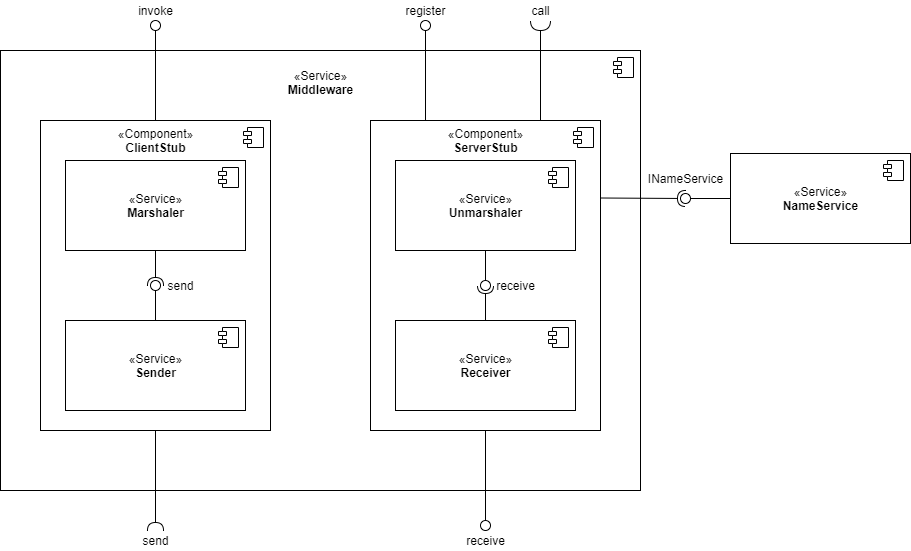
The draw.io diagram Doku/images/Middleware_Ebene1.png in KjellooMelloo/gameoftrons, before a commit. Source tidied: cells renumbered, new cells last; positions are measured from the earlier drawing's top-left corner, leaving out a move shared by most shapes.
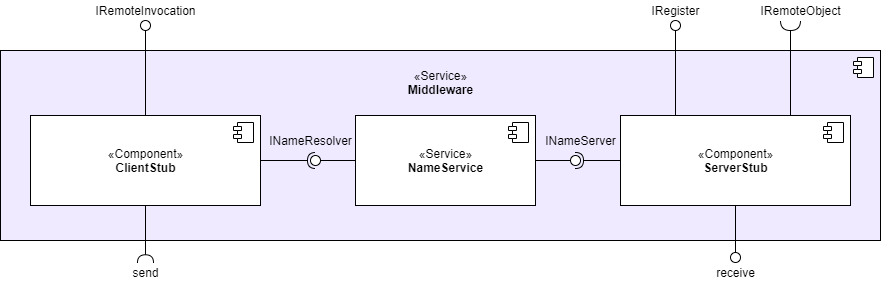
The same file after the commit.

Commit message:
small adjustment fachl. trontext, MW Ebene 1+2

Change to the diagram source:
```diff
@@ -2,154 +2,110 @@
   <root>
     <mxCell id="0" />
     <mxCell id="1" parent="0" />
-    <mxCell id="2" value="&lt;p style=&quot;line-height: 120%&quot;&gt;«Service»&lt;br&gt;&lt;b&gt;Middleware&lt;/b&gt;&lt;/p&gt;" style="html=1;verticalAlign=top;" parent="1" vertex="1">
-      <mxGeometry y="50" width="640" height="440" as="geometry" />
+    <mxCell id="2" value="&lt;p style=&quot;line-height: 120%&quot;&gt;«Service»&lt;br&gt;&lt;b&gt;Middleware&lt;/b&gt;&lt;/p&gt;" style="html=1;verticalAlign=top;fillColor=#EFEAFF;" parent="1" vertex="1">
+      <mxGeometry x="-121" y="58" width="880" height="190" as="geometry" />
     </mxCell>
     <mxCell id="3" style="shape=component;jettyWidth=8;jettyHeight=4;" parent="2" vertex="1">
       <mxGeometry x="1" width="20" height="20" relative="1" as="geometry">
         <mxPoint x="-27" y="7" as="offset" />
       </mxGeometry>
     </mxCell>
-    <mxCell id="4" value="«Component»&lt;br&gt;&lt;b&gt;ServerStub&lt;/b&gt;" style="html=1;strokeWidth=1;fontSize=12;verticalAlign=top;" parent="1" vertex="1">
-      <mxGeometry x="370" y="120" width="230" height="310" as="geometry" />
+    <mxCell id="4" value="«Component»&lt;br&gt;&lt;b&gt;ServerStub&lt;/b&gt;" style="html=1;strokeWidth=1;fontSize=12;verticalAlign=middle;" parent="1" vertex="1">
+      <mxGeometry x="499" y="123" width="230" height="90" as="geometry" />
     </mxCell>
     <mxCell id="5" style="shape=component;jettyWidth=8;jettyHeight=4;" parent="4" vertex="1">
       <mxGeometry x="1" width="20" height="20" relative="1" as="geometry">
         <mxPoint x="-27" y="7" as="offset" />
       </mxGeometry>
     </mxCell>
-    <mxCell id="6" value="«Component»&lt;br&gt;&lt;b&gt;ClientStub&lt;/b&gt;" style="html=1;strokeWidth=1;fontSize=12;verticalAlign=top;" parent="1" vertex="1">
-      <mxGeometry x="40" y="120" width="230" height="310" as="geometry" />
+    <mxCell id="6" value="«Component»&lt;br&gt;&lt;b&gt;ClientStub&lt;/b&gt;" style="html=1;strokeWidth=1;fontSize=12;verticalAlign=middle;" parent="1" vertex="1">
+      <mxGeometry x="-91" y="123" width="230" height="90" as="geometry" />
     </mxCell>
     <mxCell id="7" style="shape=component;jettyWidth=8;jettyHeight=4;" parent="6" vertex="1">
       <mxGeometry x="1" width="20" height="20" relative="1" as="geometry">
         <mxPoint x="-27" y="7" as="offset" />
       </mxGeometry>
     </mxCell>
-    <mxCell id="8" value="«Service»&lt;br&gt;&lt;b&gt;Marshaler&lt;/b&gt;" style="html=1;" parent="1" vertex="1">
-      <mxGeometry x="65" y="160" width="180" height="90" as="geometry" />
+    <mxCell id="8" style="ellipse;whiteSpace=wrap;html=1;fontFamily=Helvetica;fontSize=12;fontColor=#000000;align=center;strokeColor=#000000;fillColor=#ffffff;points=[];spacing=2;strokeWidth=1;" parent="1" vertex="1">
+      <mxGeometry x="19" y="28" width="10" height="10" as="geometry" />
     </mxCell>
-    <mxCell id="9" style="shape=component;jettyWidth=8;jettyHeight=4;" parent="8" vertex="1">
-      <mxGeometry x="1" width="20" height="20" relative="1" as="geometry">
-        <mxPoint x="-27" y="7" as="offset" />
-      </mxGeometry>
+    <mxCell id="9" style="rounded=0;jettySize=auto;html=1;endArrow=none;endFill=0;exitX=0.5;exitY=0;exitDx=0;exitDy=0;entryX=0.5;entryY=1;entryDx=0;entryDy=0;entryPerimeter=0;" parent="1" edge="1" source="6" target="8">
+      <mxGeometry relative="1" as="geometry" />
     </mxCell>
-    <mxCell id="10" value="«Service»&lt;br&gt;&lt;b&gt;Unmarshaler&lt;/b&gt;" style="html=1;" parent="1" vertex="1">
-      <mxGeometry x="395" y="160" width="180" height="90" as="geometry" />
+    <mxCell id="10" value="IRemoteInvocation" style="text;html=1;align=center;verticalAlign=middle;points=[];fontSize=12;" parent="1" vertex="1">
+      <mxGeometry x="-36" y="8" width="120" height="20" as="geometry" />
     </mxCell>
-    <mxCell id="11" style="shape=component;jettyWidth=8;jettyHeight=4;" parent="10" vertex="1">
-      <mxGeometry x="1" width="20" height="20" relative="1" as="geometry">
-        <mxPoint x="-27" y="7" as="offset" />
+    <mxCell id="11" style="rounded=0;jettySize=auto;html=1;endArrow=halfCircle;endFill=0;endSize=6;strokeWidth=1;fontSize=12;exitX=0.5;exitY=1;exitDx=0;exitDy=0;" parent="1" edge="1" source="6">
+      <mxGeometry relative="1" as="geometry">
+        <mxPoint x="24" y="270.3" as="targetPoint" />
       </mxGeometry>
     </mxCell>
-    <mxCell id="12" value="«Service»&lt;br&gt;&lt;b&gt;Sender&lt;/b&gt;" style="html=1;" parent="1" vertex="1">
-      <mxGeometry x="65" y="320" width="180" height="90" as="geometry" />
+    <mxCell id="12" value="send" style="text;html=1;align=center;verticalAlign=middle;points=[];fontSize=12;" parent="1" vertex="1">
+      <mxGeometry x="4" y="270" width="40" height="20" as="geometry" />
     </mxCell>
-    <mxCell id="13" style="shape=component;jettyWidth=8;jettyHeight=4;" parent="12" vertex="1">
-      <mxGeometry x="1" width="20" height="20" relative="1" as="geometry">
-        <mxPoint x="-27" y="7" as="offset" />
-      </mxGeometry>
+    <mxCell id="13" value="IRegister" style="text;html=1;align=center;verticalAlign=middle;fontSize=12;" parent="1" vertex="1">
+      <mxGeometry x="524" y="8" width="60" height="20" as="geometry" />
     </mxCell>
-    <mxCell id="14" value="«Service»&lt;br&gt;&lt;b&gt;Receiver&lt;/b&gt;" style="html=1;" parent="1" vertex="1">
-      <mxGeometry x="395" y="320" width="180" height="90" as="geometry" />
+    <mxCell id="14" style="rounded=0;jettySize=auto;html=1;endArrow=none;endFill=0;entryX=0.5;entryY=1;entryDx=0;entryDy=0;entryPerimeter=0;" parent="1" edge="1" target="15">
+      <mxGeometry relative="1" as="geometry">
+        <mxPoint x="554" y="123" as="sourcePoint" />
+      </mxGeometry>
     </mxCell>
-    <mxCell id="15" style="shape=component;jettyWidth=8;jettyHeight=4;" parent="14" vertex="1">
-      <mxGeometry x="1" width="20" height="20" relative="1" as="geometry">
-        <mxPoint x="-27" y="7" as="offset" />
-      </mxGeometry>
+    <mxCell id="15" style="ellipse;whiteSpace=wrap;html=1;fontFamily=Helvetica;fontSize=12;fontColor=#000000;align=center;strokeColor=#000000;fillColor=#ffffff;points=[];spacing=2;strokeWidth=1;" parent="1" vertex="1">
+      <mxGeometry x="549" y="28" width="10" height="10" as="geometry" />
     </mxCell>
-    <mxCell id="16" style="ellipse;whiteSpace=wrap;html=1;fontFamily=Helvetica;fontSize=12;fontColor=#000000;align=center;strokeColor=#000000;fillColor=#ffffff;points=[];spacing=2;strokeWidth=1;" parent="1" vertex="1">
-      <mxGeometry x="150" y="20" width="10" height="10" as="geometry" />
+    <mxCell id="16" value="IRemoteObject" style="text;html=1;align=center;verticalAlign=middle;points=[];fontSize=12;" parent="1" vertex="1">
+      <mxGeometry x="629" y="8" width="100" height="20" as="geometry" />
     </mxCell>
-    <mxCell id="17" style="rounded=0;jettySize=auto;html=1;endArrow=none;endFill=0;exitX=0.5;exitY=0;exitDx=0;exitDy=0;entryX=0.5;entryY=1;entryDx=0;entryDy=0;entryPerimeter=0;" parent="1" edge="1" source="6" target="16">
-      <mxGeometry relative="1" as="geometry" />
+    <mxCell id="17" style="rounded=0;orthogonalLoop=1;jettySize=auto;html=1;endArrow=none;endFill=0;exitX=0.5;exitY=0;exitDx=0;exitDy=0;entryX=0.5;entryY=1;entryDx=0;entryDy=0;entryPerimeter=0;" parent="1" edge="1">
+      <mxGeometry relative="1" as="geometry">
+        <mxPoint x="669" y="123" as="sourcePoint" />
+        <mxPoint x="669" y="38" as="targetPoint" />
+      </mxGeometry>
     </mxCell>
-    <mxCell id="18" value="invoke" style="text;html=1;align=center;verticalAlign=middle;fontSize=12;" parent="1" vertex="1">
-      <mxGeometry x="130" width="50" height="20" as="geometry" />
+    <mxCell id="18" style="shape=requiredInterface;html=1;verticalLabelPosition=bottom;strokeWidth=1;fontSize=12;rotation=90;" parent="1" vertex="1">
+      <mxGeometry x="664" y="23" width="10" height="20" as="geometry" />
     </mxCell>
-    <mxCell id="19" style="rounded=0;jettySize=auto;html=1;endArrow=none;endFill=0;fontSize=12;exitX=0.5;exitY=0;exitDx=0;exitDy=0;" parent="1" edge="1" source="12" target="21">
-      <mxGeometry relative="1" as="geometry" />
+    <mxCell id="19" value="receive" style="text;html=1;align=center;verticalAlign=middle;fontSize=12;" parent="1" vertex="1">
+      <mxGeometry x="589" y="270" width="50" height="20" as="geometry" />
     </mxCell>
-    <mxCell id="20" style="rounded=0;jettySize=auto;html=1;endArrow=halfCircle;endFill=0;entryX=0.5;entryY=0.5;entryDx=0;entryDy=0;endSize=6;strokeWidth=1;fontSize=12;exitX=0.5;exitY=1;exitDx=0;exitDy=0;" parent="1" edge="1" source="8" target="21">
+    <mxCell id="20" style="rounded=0;jettySize=auto;html=1;endArrow=none;endFill=0;fontSize=12;exitX=0.5;exitY=1;exitDx=0;exitDy=0;" parent="1" edge="1" source="4" target="21">
       <mxGeometry relative="1" as="geometry" />
     </mxCell>
     <mxCell id="21" style="ellipse;whiteSpace=wrap;html=1;fontFamily=Helvetica;fontSize=12;fontColor=#000000;align=center;strokeColor=#000000;fillColor=#ffffff;points=[];" parent="1" vertex="1">
-      <mxGeometry x="150" y="280" width="10" height="10" as="geometry" />
+      <mxGeometry x="609" y="260" width="10" height="10" as="geometry" />
     </mxCell>
-    <mxCell id="22" value="send" style="text;html=1;align=center;verticalAlign=middle;points=[];fontSize=12;" parent="1" vertex="1">
-      <mxGeometry x="160" y="275" width="40" height="20" as="geometry" />
+    <mxCell id="22" value="«Service»&lt;br&gt;&lt;b&gt;NameService&lt;/b&gt;" style="html=1;" parent="1" vertex="1">
+      <mxGeometry x="234" y="123" width="180" height="90" as="geometry" />
     </mxCell>
-    <mxCell id="23" style="rounded=0;jettySize=auto;html=1;endArrow=none;endFill=0;fontSize=12;exitX=0.5;exitY=1;exitDx=0;exitDy=0;" parent="1" edge="1" source="10" target="25">
-      <mxGeometry relative="1" as="geometry" />
+    <mxCell id="23" style="shape=component;jettyWidth=8;jettyHeight=4;" parent="22" vertex="1">
+      <mxGeometry x="1" width="20" height="20" relative="1" as="geometry">
+        <mxPoint x="-27" y="7" as="offset" />
+      </mxGeometry>
     </mxCell>
-    <mxCell id="24" style="rounded=0;jettySize=auto;html=1;endArrow=halfCircle;endFill=0;entryX=0.5;entryY=0.5;entryDx=0;entryDy=0;endSize=6;strokeWidth=1;fontSize=12;exitX=0.5;exitY=0;exitDx=0;exitDy=0;" parent="1" edge="1" source="14" target="25">
+    <mxCell id="24" style="rounded=0;jettySize=auto;html=1;endArrow=none;endFill=0;fontSize=20;exitX=0;exitY=0.5;exitDx=0;exitDy=0;strokeColor=#000000;" parent="1" edge="1" source="22" target="26">
       <mxGeometry relative="1" as="geometry" />
     </mxCell>
-    <mxCell id="25" style="ellipse;whiteSpace=wrap;html=1;fontFamily=Helvetica;fontSize=12;fontColor=#000000;align=center;strokeColor=#000000;fillColor=#ffffff;points=[];" parent="1" vertex="1">
-      <mxGeometry x="480" y="280" width="10" height="10" as="geometry" />
+    <mxCell id="25" style="rounded=0;jettySize=auto;html=1;endArrow=halfCircle;endFill=0;entryX=0.5;entryY=0.5;entryDx=0;entryDy=0;endSize=6;strokeWidth=1;fontSize=20;exitX=1;exitY=0.5;exitDx=0;exitDy=0;" parent="1" edge="1" source="6" target="26">
+      <mxGeometry relative="1" as="geometry" />
     </mxCell>
-    <mxCell id="26" value="receive" style="text;html=1;align=center;verticalAlign=middle;points=[];fontSize=12;" parent="1" vertex="1">
-      <mxGeometry x="490" y="275" width="50" height="20" as="geometry" />
+    <mxCell id="26" style="ellipse;whiteSpace=wrap;html=1;fontFamily=Helvetica;fontSize=12;fontColor=#000000;align=center;strokeColor=#000000;fillColor=#ffffff;points=[];" parent="1" vertex="1">
+      <mxGeometry x="189" y="163" width="10" height="10" as="geometry" />
     </mxCell>
-    <mxCell id="27" style="rounded=0;jettySize=auto;html=1;endArrow=halfCircle;endFill=0;endSize=6;strokeWidth=1;fontSize=12;exitX=0.5;exitY=1;exitDx=0;exitDy=0;" parent="1" edge="1" source="6">
-      <mxGeometry relative="1" as="geometry">
-        <mxPoint x="155" y="530" as="targetPoint" />
-      </mxGeometry>
+    <mxCell id="27" value="&lt;font style=&quot;font-size: 12px&quot;&gt;INameResolver&lt;/font&gt;" style="text;html=1;align=center;verticalAlign=middle;fontSize=20;" parent="1" vertex="1">
+      <mxGeometry x="139" y="130" width="100" height="30" as="geometry" />
     </mxCell>
-    <mxCell id="28" value="send" style="text;html=1;align=center;verticalAlign=middle;fontSize=12;" parent="1" vertex="1">
-      <mxGeometry x="135" y="530" width="40" height="20" as="geometry" />
+    <mxCell id="28" style="rounded=0;jettySize=auto;html=1;endArrow=none;endFill=0;fontSize=20;exitX=1;exitY=0.5;exitDx=0;exitDy=0;strokeColor=#000000;" parent="1" edge="1" source="22" target="30">
+      <mxGeometry relative="1" as="geometry" />
     </mxCell>
-    <mxCell id="29" value="register" style="text;html=1;align=center;verticalAlign=middle;fontSize=12;" parent="1" vertex="1">
-      <mxGeometry x="395" width="60" height="20" as="geometry" />
+    <mxCell id="29" style="rounded=0;jettySize=auto;html=1;endArrow=halfCircle;endFill=0;entryX=0.5;entryY=0.5;entryDx=0;entryDy=0;endSize=6;strokeWidth=1;fontSize=20;exitX=0;exitY=0.5;exitDx=0;exitDy=0;" parent="1" edge="1" source="4" target="30">
+      <mxGeometry relative="1" as="geometry" />
     </mxCell>
-    <mxCell id="30" style="rounded=0;jettySize=auto;html=1;endArrow=none;endFill=0;exitX=0.5;exitY=0;exitDx=0;exitDy=0;entryX=0.5;entryY=1;entryDx=0;entryDy=0;entryPerimeter=0;" parent="1" edge="1" target="31">
-      <mxGeometry relative="1" as="geometry">
-        <mxPoint x="425" y="120" as="sourcePoint" />
-      </mxGeometry>
+    <mxCell id="30" style="ellipse;whiteSpace=wrap;html=1;fontFamily=Helvetica;fontSize=12;fontColor=#000000;align=center;strokeColor=#000000;fillColor=#ffffff;points=[];" parent="1" vertex="1">
+      <mxGeometry x="449" y="163" width="10" height="10" as="geometry" />
     </mxCell>
-    <mxCell id="31" style="ellipse;whiteSpace=wrap;html=1;fontFamily=Helvetica;fontSize=12;fontColor=#000000;align=center;strokeColor=#000000;fillColor=#ffffff;points=[];spacing=2;strokeWidth=1;" parent="1" vertex="1">
-      <mxGeometry x="420" y="20" width="10" height="10" as="geometry" />
+    <mxCell id="31" value="&lt;font style=&quot;font-size: 12px&quot;&gt;INameServer&lt;/font&gt;" style="text;html=1;align=center;verticalAlign=middle;points=[];fontSize=20;" parent="1" vertex="1">
+      <mxGeometry x="414" y="130" width="90" height="30" as="geometry" />
     </mxCell>
-    <mxCell id="32" value="call" style="text;html=1;align=center;verticalAlign=middle;fontSize=12;" parent="1" vertex="1">
-      <mxGeometry x="525" width="30" height="20" as="geometry" />
-    </mxCell>
-    <mxCell id="33" style="rounded=0;orthogonalLoop=1;jettySize=auto;html=1;endArrow=none;endFill=0;exitX=0.5;exitY=0;exitDx=0;exitDy=0;entryX=0.5;entryY=1;entryDx=0;entryDy=0;entryPerimeter=0;" parent="1" edge="1">
-      <mxGeometry relative="1" as="geometry">
-        <mxPoint x="540" y="120" as="sourcePoint" />
-        <mxPoint x="540" y="30" as="targetPoint" />
-      </mxGeometry>
-    </mxCell>
-    <mxCell id="34" style="shape=requiredInterface;html=1;verticalLabelPosition=bottom;strokeWidth=1;fontSize=12;rotation=90;" parent="1" vertex="1">
-      <mxGeometry x="535" y="15" width="10" height="20" as="geometry" />
-    </mxCell>
-    <mxCell id="35" value="receive" style="text;html=1;align=center;verticalAlign=middle;fontSize=12;" parent="1" vertex="1">
-      <mxGeometry x="460" y="530" width="50" height="20" as="geometry" />
-    </mxCell>
-    <mxCell id="36" style="rounded=0;jettySize=auto;html=1;endArrow=none;endFill=0;fontSize=12;exitX=0.5;exitY=1;exitDx=0;exitDy=0;" parent="1" edge="1" source="4" target="37">
-      <mxGeometry relative="1" as="geometry" />
-    </mxCell>
-    <mxCell id="37" style="ellipse;whiteSpace=wrap;html=1;fontFamily=Helvetica;fontSize=12;fontColor=#000000;align=center;strokeColor=#000000;fillColor=#ffffff;points=[];" parent="1" vertex="1">
-      <mxGeometry x="480" y="520" width="10" height="10" as="geometry" />
-    </mxCell>
-    <mxCell id="38" value="«Service»&lt;br&gt;&lt;b&gt;NameService&lt;/b&gt;" style="html=1;" parent="1" vertex="1">
-      <mxGeometry x="730" y="153" width="180" height="90" as="geometry" />
-    </mxCell>
-    <mxCell id="39" style="shape=component;jettyWidth=8;jettyHeight=4;" parent="38" vertex="1">
-      <mxGeometry x="1" width="20" height="20" relative="1" as="geometry">
-        <mxPoint x="-27" y="7" as="offset" />
-      </mxGeometry>
-    </mxCell>
-    <mxCell id="40" style="rounded=0;jettySize=auto;html=1;endArrow=none;endFill=0;fontSize=20;exitX=0;exitY=0.5;exitDx=0;exitDy=0;strokeColor=#000000;" parent="1" edge="1" source="38" target="42">
-      <mxGeometry relative="1" as="geometry" />
-    </mxCell>
-    <mxCell id="41" style="rounded=0;jettySize=auto;html=1;endArrow=halfCircle;endFill=0;entryX=0.5;entryY=0.5;entryDx=0;entryDy=0;endSize=6;strokeWidth=1;fontSize=20;exitX=1;exitY=0.25;exitDx=0;exitDy=0;" parent="1" edge="1" source="4" target="42">
-      <mxGeometry relative="1" as="geometry" />
-    </mxCell>
-    <mxCell id="42" style="ellipse;whiteSpace=wrap;html=1;fontFamily=Helvetica;fontSize=12;fontColor=#000000;align=center;strokeColor=#000000;fillColor=#ffffff;points=[];" parent="1" vertex="1">
-      <mxGeometry x="680" y="193" width="10" height="10" as="geometry" />
-    </mxCell>
-    <mxCell id="43" value="&lt;font style=&quot;font-size: 12px&quot;&gt;INameService&lt;/font&gt;" style="text;html=1;align=center;verticalAlign=middle;fontSize=20;" parent="1" vertex="1">
-      <mxGeometry x="640" y="160" width="90" height="30" as="geometry" />
-    </mxCell>
   </root>
 </mxGraphModel>
```
